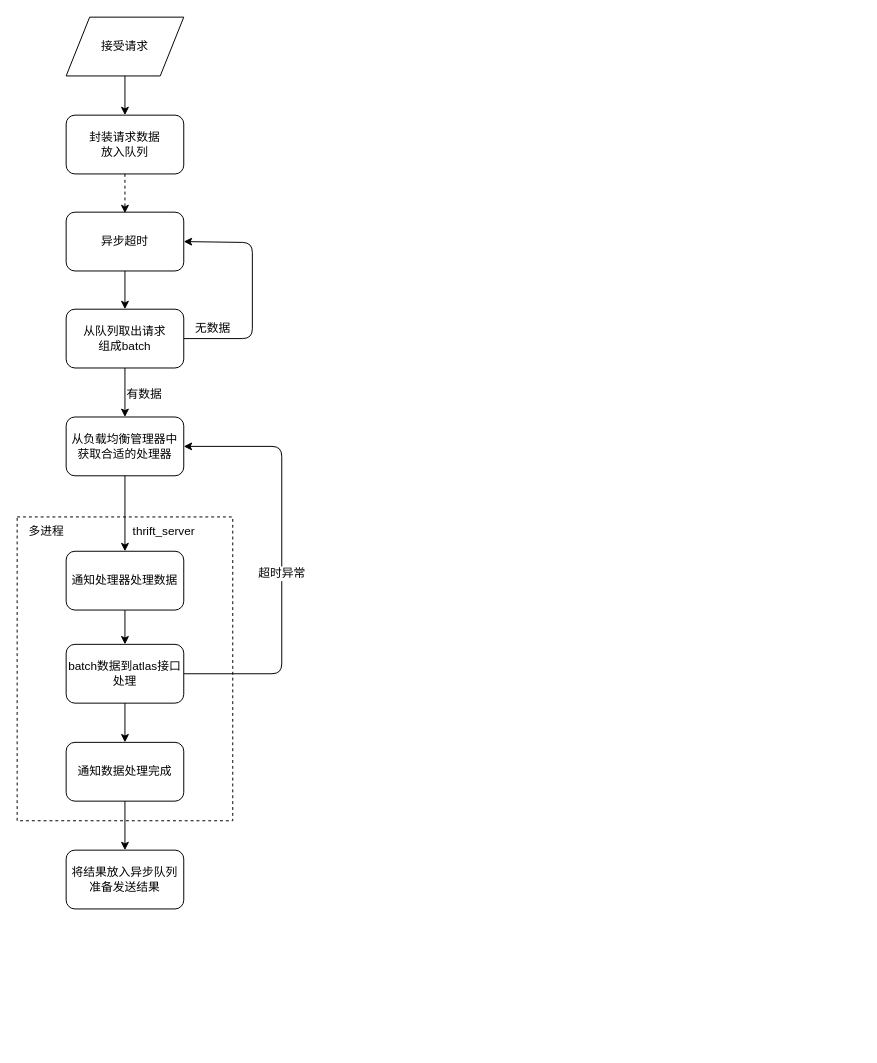
Earlier version of the draw.io diagram atlas_face.drawio (ouyangtian/drawio). Source tidied: cells renumbered, new cells numbered last; positions are measured from the earlier drawing's top-left corner, leaving out a move shared by most shapes. Both pictures are drawn from the tidied source at 98%, with x=0, y=0 at pixel (17, 17).
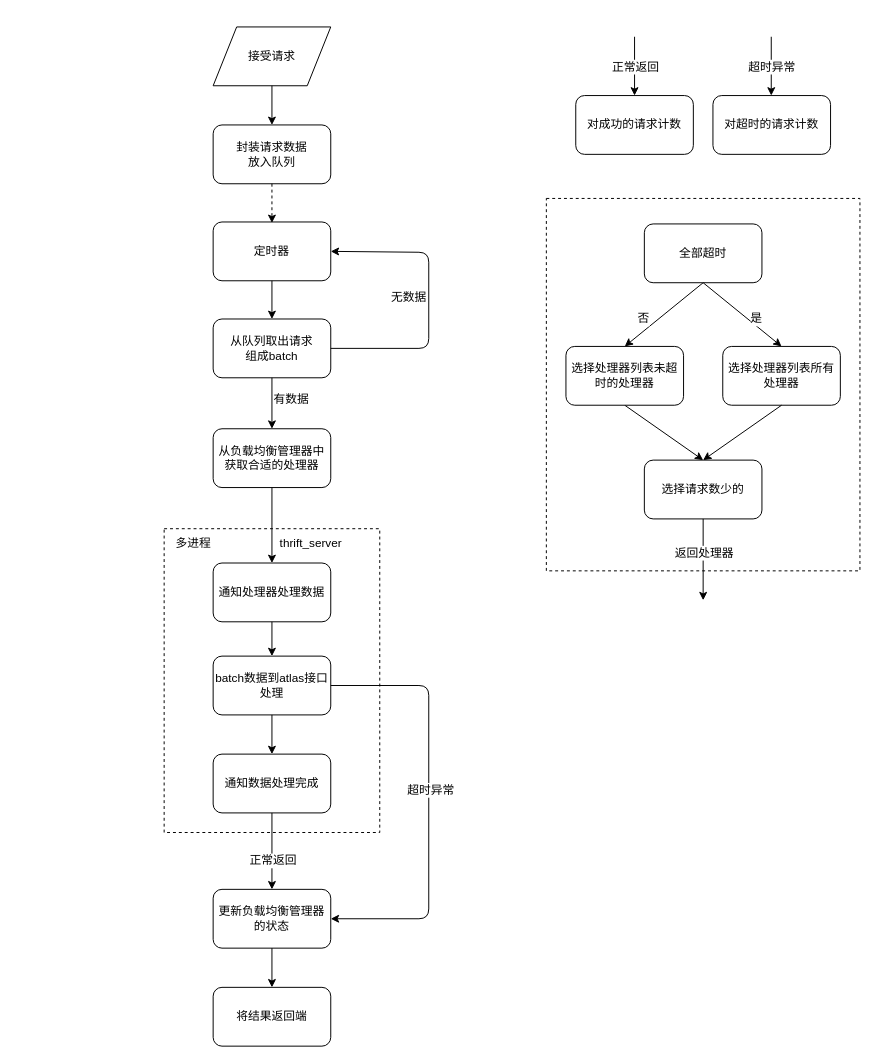
Above is the later version.

The edit, as a diff of the source:
```diff
@@
     <mxCell id="2" style="rounded=0;whiteSpace=wrap;html=1;dashed=1;" parent="1" vertex="1">
-      <mxGeometry y="510" width="220" height="310" as="geometry" />
+      <mxGeometry x="150" y="522" width="220" height="310" as="geometry" />
     </mxCell>
     <mxCell id="3" value="封装请求数据&lt;br&gt;放入队列" style="rounded=1;whiteSpace=wrap;html=1;" parent="1" vertex="1">
-      <mxGeometry x="50" y="100" width="120" height="60" as="geometry" />
+      <mxGeometry x="200" y="110" width="120" height="60" as="geometry" />
     </mxCell>
     <mxCell id="4" value="接受请求" style="shape=parallelogram;perimeter=parallelogramPerimeter;whiteSpace=wrap;html=1;" parent="1" vertex="1">
-      <mxGeometry x="50" width="120" height="60" as="geometry" />
+      <mxGeometry x="200" y="10" width="120" height="60" as="geometry" />
     </mxCell>
     <mxCell id="5" value="从队列取出请求&lt;br&gt;组成batch" style="rounded=1;whiteSpace=wrap;html=1;" parent="1" vertex="1">
-      <mxGeometry x="50" y="298" width="120" height="60" as="geometry" />
+      <mxGeometry x="200" y="308" width="120" height="60" as="geometry" />
     </mxCell>
@@
     <mxCell id="8" value="从负载均衡管理器中获取合适的处理器" style="rounded=1;whiteSpace=wrap;html=1;" parent="1" vertex="1">
-      <mxGeometry x="50" y="408" width="120" height="60" as="geometry" />
+      <mxGeometry x="200" y="420" width="120" height="60" as="geometry" />
     </mxCell>
     <mxCell id="9" value="通知处理器处理数据" style="rounded=1;whiteSpace=wrap;html=1;" parent="1" vertex="1">
-      <mxGeometry x="50" y="545" width="120" height="60" as="geometry" />
+      <mxGeometry x="200" y="557" width="120" height="60" as="geometry" />
     </mxCell>
@@
     <mxCell id="11" value="有数据" style="text;html=1;strokeColor=none;fillColor=none;align=center;verticalAlign=middle;whiteSpace=wrap;rounded=0;" parent="1" vertex="1">
-      <mxGeometry x="110" y="375" width="40" height="20" as="geometry" />
+      <mxGeometry x="260" y="380" width="40" height="20" as="geometry" />
     </mxCell>
     <mxCell id="12" style="endArrow=classic;html=1;exitX=1;exitY=0.5;exitDx=0;exitDy=0;entryX=1;entryY=0.5;entryDx=0;entryDy=0;" parent="1" edge="1" source="5" target="14">
       <mxGeometry relative="1" as="geometry">
         <Array as="points">
-          <mxPoint x="240" y="328" />
-          <mxPoint x="240" y="230" />
+          <mxPoint x="420" y="338" />
+          <mxPoint x="420" y="240" />
         </Array>
       </mxGeometry>
     </mxCell>
     <mxCell id="13" value="无数据" style="text;html=1;strokeColor=none;fillColor=none;align=center;verticalAlign=middle;whiteSpace=wrap;rounded=0;" parent="1" vertex="1">
-      <mxGeometry x="180" y="308" width="40" height="20" as="geometry" />
+      <mxGeometry x="380" y="276" width="40" height="20" as="geometry" />
     </mxCell>
-    <mxCell id="14" value="异步超时" style="rounded=1;whiteSpace=wrap;html=1;" parent="1" vertex="1">
-      <mxGeometry x="50" y="199" width="120" height="60" as="geometry" />
+    <mxCell id="14" value="定时器" style="rounded=1;whiteSpace=wrap;html=1;" parent="1" vertex="1">
+      <mxGeometry x="200" y="209" width="120" height="60" as="geometry" />
     </mxCell>
@@
     <mxCell id="16" style="endArrow=classic;html=1;exitX=0.5;exitY=1;exitDx=0;exitDy=0;dashed=1;" parent="1" edge="1" source="3">
       <mxGeometry relative="1" as="geometry">
-        <mxPoint x="110" y="200" as="targetPoint" />
+        <mxPoint x="260" y="210" as="targetPoint" />
       </mxGeometry>
     </mxCell>
     <mxCell id="17" value="多进程" style="text;html=1;strokeColor=none;fillColor=none;align=center;verticalAlign=middle;whiteSpace=wrap;rounded=0;dashed=1;" parent="1" vertex="1">
-      <mxGeometry x="10" y="515" width="40" height="20" as="geometry" />
+      <mxGeometry x="160" y="527" width="40" height="20" as="geometry" />
     </mxCell>
     <mxCell id="18" value="batch数据到atlas接口处理" style="rounded=1;whiteSpace=wrap;html=1;" parent="1" vertex="1">
-      <mxGeometry x="50" y="640" width="120" height="60" as="geometry" />
+      <mxGeometry x="200" y="652" width="120" height="60" as="geometry" />
     </mxCell>
@@
     <mxCell id="20" value="通知数据处理完成" style="rounded=1;whiteSpace=wrap;html=1;" parent="1" vertex="1">
-      <mxGeometry x="50" y="740" width="120" height="60" as="geometry" />
+      <mxGeometry x="200" y="752" width="120" height="60" as="geometry" />
     </mxCell>
@@
-    <mxCell id="22" style="endArrow=classic;html=1;exitX=0.5;exitY=1;exitDx=0;exitDy=0;" parent="1" edge="1" source="20">
-      <mxGeometry relative="1" as="geometry">
-        <mxPoint x="110" y="850" as="targetPoint" />
-      </mxGeometry>
+    <mxCell id="22" style="endArrow=classic;html=1;exitX=0.5;exitY=1;exitDx=0;exitDy=0;entryX=0.5;entryY=0;entryDx=0;entryDy=0;" parent="1" edge="1" source="20" target="28">
+      <mxGeometry relative="1" as="geometry" />
     </mxCell>
+    <mxCell id="27" value="正常返回" style="text;html=1;align=center;verticalAlign=middle;labelBackgroundColor=#ffffff;" parent="22" vertex="1">
+      <mxGeometry x="0.41" y="1" relative="1" as="geometry">
+        <mxPoint x="-1" y="-7" as="offset" />
+      </mxGeometry>
+    </mxCell>
-    <mxCell id="23" value="将结果放入异步队列准备发送结果" style="rounded=1;whiteSpace=wrap;html=1;" parent="1" vertex="1">
-      <mxGeometry x="50" y="850" width="120" height="60" as="geometry" />
+    <mxCell id="23" value="将结果返回端" style="rounded=1;whiteSpace=wrap;html=1;" parent="1" vertex="1">
+      <mxGeometry x="200" y="990" width="120" height="60" as="geometry" />
     </mxCell>
     <mxCell id="24" value="thrift_server" style="text;html=1;strokeColor=none;fillColor=none;align=center;verticalAlign=middle;whiteSpace=wrap;rounded=0;" parent="1" vertex="1">
-      <mxGeometry x="130" y="515" width="40" height="20" as="geometry" />
+      <mxGeometry x="280" y="527" width="40" height="20" as="geometry" />
     </mxCell>
-    <mxCell id="25" style="endArrow=classic;html=1;exitX=1;exitY=0.5;exitDx=0;exitDy=0;entryX=1;entryY=0.5;entryDx=0;entryDy=0;" parent="1" edge="1" source="18" target="8">
+    <mxCell id="25" style="endArrow=classic;html=1;exitX=1;exitY=0.5;exitDx=0;exitDy=0;entryX=1;entryY=0.5;entryDx=0;entryDy=0;" parent="1" edge="1" source="18" target="28">
       <mxGeometry relative="1" as="geometry">
         <Array as="points">
-          <mxPoint x="270" y="670" />
-          <mxPoint x="270" y="438" />
+          <mxPoint x="420" y="682" />
+          <mxPoint x="420" y="920" />
         </Array>
       </mxGeometry>
     </mxCell>
@@
+    <mxCell id="28" value="更新负载均衡管理器的状态" style="rounded=1;whiteSpace=wrap;html=1;" parent="1" vertex="1">
+      <mxGeometry x="200" y="890" width="120" height="60" as="geometry" />
+    </mxCell>
+    <mxCell id="29" style="endArrow=classic;html=1;exitX=0.5;exitY=1;exitDx=0;exitDy=0;entryX=0.5;entryY=0;entryDx=0;entryDy=0;" parent="1" edge="1" source="28" target="23">
+      <mxGeometry relative="1" as="geometry" />
+    </mxCell>
+    <mxCell id="30" style="group;" parent="1" vertex="1">
+      <mxGeometry x="540" y="185" width="320" height="410" as="geometry" />
+    </mxCell>
+    <mxCell id="31" style="rounded=0;whiteSpace=wrap;html=1;dashed=1;" parent="30" vertex="1">
+      <mxGeometry width="320" height="380" as="geometry" />
+    </mxCell>
+    <mxCell id="32" value="选择请求数少的" style="rounded=1;whiteSpace=wrap;html=1;" parent="30" vertex="1">
+      <mxGeometry x="100" y="267" width="120" height="60" as="geometry" />
+    </mxCell>
+    <mxCell id="33" style="endArrow=classic;html=1;entryX=0.5;entryY=0;entryDx=0;entryDy=0;exitX=0.5;exitY=1;exitDx=0;exitDy=0;" parent="30" edge="1" source="34" target="32">
+      <mxGeometry relative="1" as="geometry" />
+    </mxCell>
+    <mxCell id="34" value="选择处理器列表未超时的处理器" style="rounded=1;whiteSpace=wrap;html=1;" parent="30" vertex="1">
+      <mxGeometry x="20" y="151" width="120" height="60" as="geometry" />
+    </mxCell>
+    <mxCell id="35" style="endArrow=classic;html=1;entryX=0.5;entryY=0;entryDx=0;entryDy=0;exitX=0.5;exitY=1;exitDx=0;exitDy=0;" parent="30" edge="1" source="39" target="34">
+      <mxGeometry relative="1" as="geometry" />
+    </mxCell>
+    <mxCell id="36" value="否" style="text;html=1;align=center;verticalAlign=middle;labelBackgroundColor=#ffffff;" parent="35" vertex="1">
+      <mxGeometry x="0.49" y="4" relative="1" as="geometry">
+        <mxPoint x="-4" y="-15.5" as="offset" />
+      </mxGeometry>
+    </mxCell>
+    <mxCell id="37" value="&lt;span style=&quot;white-space: normal&quot;&gt;选择处理器列表所有处理器&lt;/span&gt;" style="rounded=1;whiteSpace=wrap;html=1;" parent="30" vertex="1">
+      <mxGeometry x="180" y="151" width="120" height="60" as="geometry" />
+    </mxCell>
+    <mxCell id="38" style="endArrow=classic;html=1;exitX=0.5;exitY=1;exitDx=0;exitDy=0;entryX=0.5;entryY=0;entryDx=0;entryDy=0;" parent="30" edge="1" source="37" target="32">
+      <mxGeometry relative="1" as="geometry" />
+    </mxCell>
+    <mxCell id="39" value="&lt;span style=&quot;white-space: normal&quot;&gt;全部超时&lt;/span&gt;" style="rounded=1;whiteSpace=wrap;html=1;" parent="30" vertex="1">
+      <mxGeometry x="100" y="26" width="120" height="60" as="geometry" />
+    </mxCell>
+    <mxCell id="40" style="endArrow=classic;html=1;entryX=0.5;entryY=0;entryDx=0;entryDy=0;exitX=0.5;exitY=1;exitDx=0;exitDy=0;" parent="30" edge="1" source="39" target="37">
+      <mxGeometry relative="1" as="geometry" />
+    </mxCell>
+    <mxCell id="41" value="是" style="text;html=1;align=center;verticalAlign=middle;labelBackgroundColor=#ffffff;" parent="40" vertex="1">
+      <mxGeometry x="0.37" y="3" relative="1" as="geometry">
+        <mxPoint x="-3.5" y="-6" as="offset" />
+      </mxGeometry>
+    </mxCell>
+    <mxCell id="42" style="endArrow=classic;html=1;exitX=0.5;exitY=1;exitDx=0;exitDy=0;" parent="30" edge="1" source="32">
+      <mxGeometry relative="1" as="geometry">
+        <mxPoint x="160" y="410" as="targetPoint" />
+      </mxGeometry>
+    </mxCell>
+    <mxCell id="43" value="返回处理器" style="text;html=1;align=center;verticalAlign=middle;labelBackgroundColor=#ffffff;" parent="42" vertex="1">
+      <mxGeometry x="-0.4" y="-1" relative="1" as="geometry">
+        <mxPoint x="1" y="9" as="offset" />
+      </mxGeometry>
+    </mxCell>
+    <mxCell id="44" style="group;" parent="1" vertex="1">
+      <mxGeometry x="570" y="20" width="260" height="120" as="geometry" />
+    </mxCell>
+    <mxCell id="45" value="对成功的请求计数" style="rounded=1;whiteSpace=wrap;html=1;" parent="44" vertex="1">
+      <mxGeometry y="60" width="120" height="60" as="geometry" />
+    </mxCell>
+    <mxCell id="46" style="endArrow=classic;html=1;entryX=0.5;entryY=0;entryDx=0;entryDy=0;" parent="44" edge="1" target="45">
+      <mxGeometry relative="1" as="geometry">
+        <mxPoint x="60" as="sourcePoint" />
+      </mxGeometry>
+    </mxCell>
+    <mxCell id="47" value="正常返回" style="text;html=1;align=center;verticalAlign=middle;labelBackgroundColor=#ffffff;" parent="46" vertex="1">
+      <mxGeometry x="0.38" relative="1" as="geometry">
+        <mxPoint y="-11" as="offset" />
+      </mxGeometry>
+    </mxCell>
+    <mxCell id="48" style="endArrow=classic;html=1;" parent="44" edge="1">
+      <mxGeometry relative="1" as="geometry">
+        <mxPoint x="199.5" as="sourcePoint" />
+        <mxPoint x="199.5" y="60" as="targetPoint" />
+      </mxGeometry>
+    </mxCell>
+    <mxCell id="49" value="超时异常" style="text;html=1;align=center;verticalAlign=middle;labelBackgroundColor=#ffffff;" parent="48" vertex="1">
+      <mxGeometry x="-0.33" relative="1" as="geometry">
+        <mxPoint y="10" as="offset" />
+      </mxGeometry>
+    </mxCell>
+    <mxCell id="50" value="对超时的请求计数" style="rounded=1;whiteSpace=wrap;html=1;" parent="44" vertex="1">
+      <mxGeometry x="140" y="60" width="120" height="60" as="geometry" />
+    </mxCell>
```
